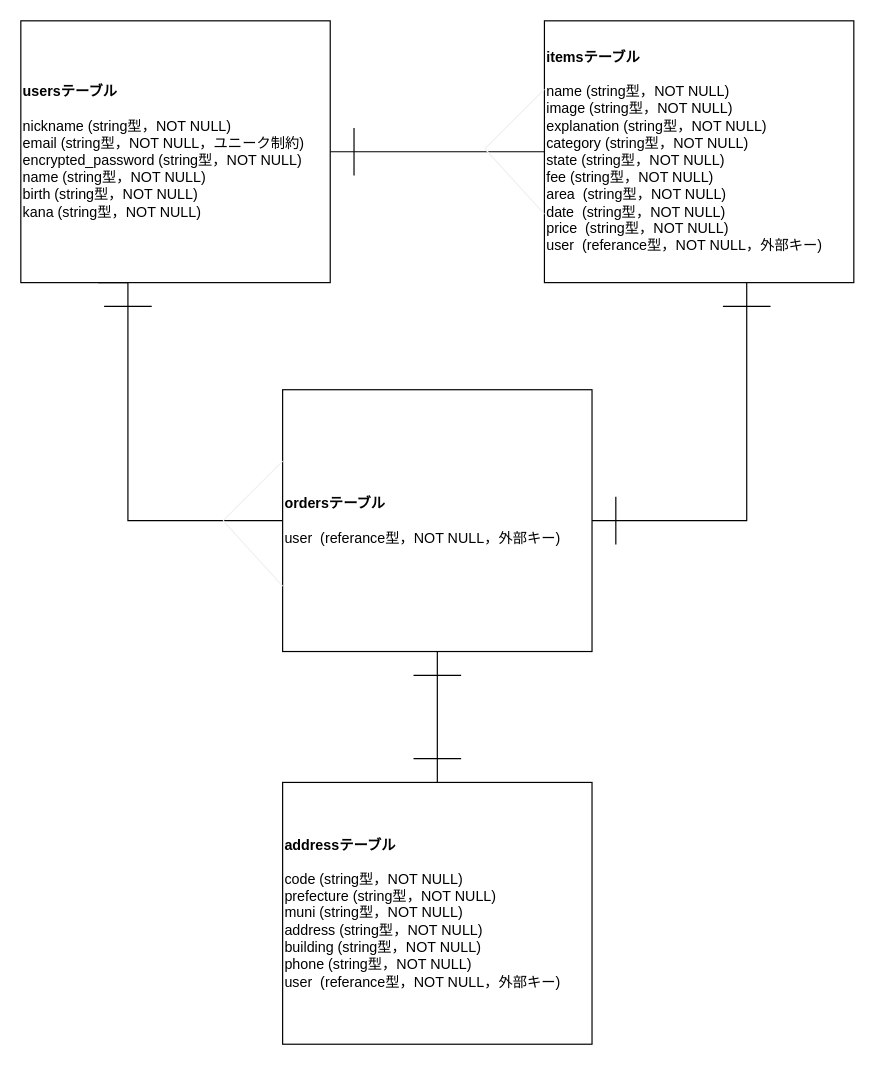
The draw.io diagram test.dio in okawa-u/furima-36766, before the edit. Source tidied: cells renumbered, new cells numbered last; positions are measured from the earlier drawing's top-left corner, leaving out a move shared by most shapes. Both pictures are drawn from the tidied source at 119%, with x=0, y=0 at pixel (20, 20).
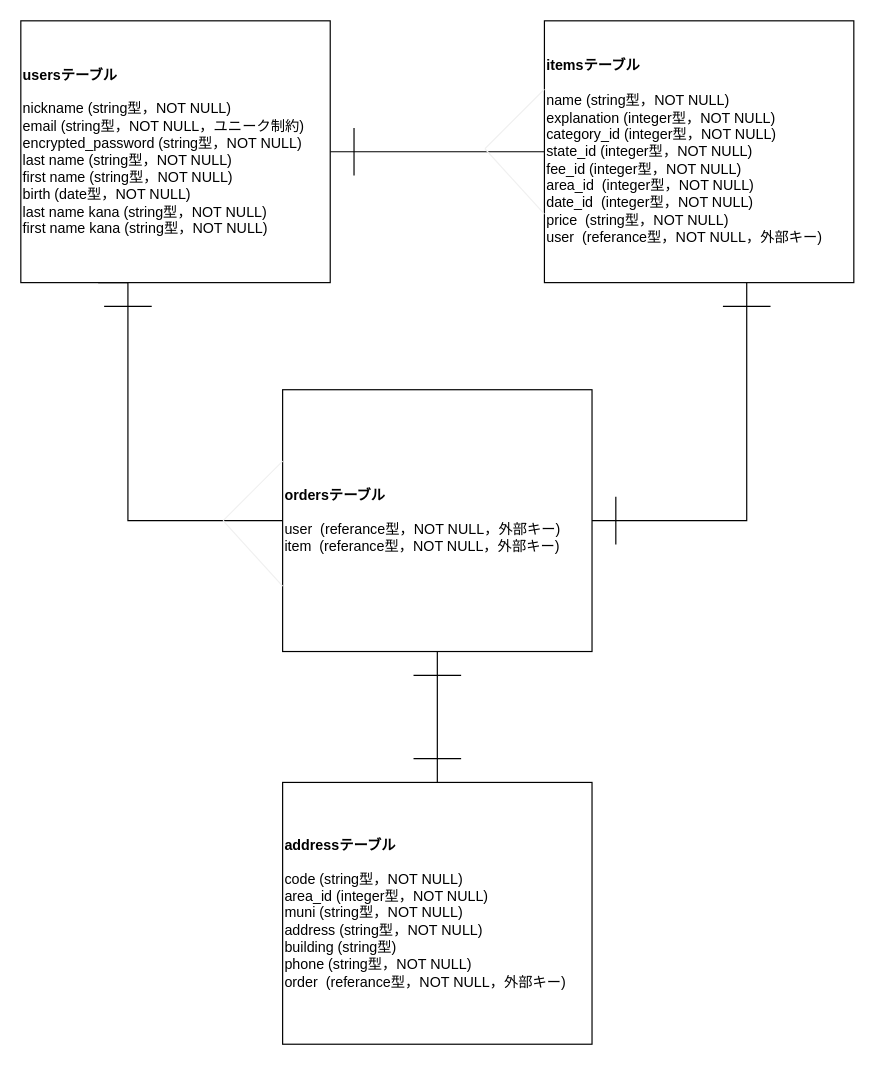
The same diagram, later.

Diff of the diagram source:
```diff
@@
-    <mxCell id="4" value="&lt;b&gt;usersテーブル&lt;br&gt;&lt;/b&gt;&lt;br&gt;nickname (string型，NOT NULL)&lt;br&gt;email (string型，NOT NULL，ユニーク制約)&lt;br&gt;encrypted_password (string型，NOT NULL)&lt;br&gt;name (string型，NOT NULL)&lt;br&gt;birth (string型，NOT NULL)&lt;br&gt;kana (string型，NOT NULL)" style="rounded=0;whiteSpace=wrap;html=1;strokeWidth=1;align=left;" parent="1" vertex="1">
+    <mxCell id="4" value="&lt;b&gt;usersテーブル&lt;br&gt;&lt;/b&gt;&lt;br&gt;nickname (string型，NOT NULL)&lt;br&gt;email (string型，NOT NULL，ユニーク制約)&lt;br&gt;encrypted_password (string型，NOT NULL)&lt;br&gt;last name (string型，NOT NULL)&lt;br&gt;first name (string型，NOT NULL)&lt;br&gt;birth (date型，NOT NULL)&lt;br&gt;last name kana (string型，NOT NULL)&lt;br&gt;first name kana (string型，NOT NULL)" style="rounded=0;whiteSpace=wrap;html=1;strokeWidth=1;align=left;" parent="1" vertex="1">
       <mxGeometry width="260" height="220" as="geometry" />
     </mxCell>
@@
-    <mxCell id="6" value="&lt;b&gt;itemsテーブル&lt;br&gt;&lt;/b&gt;&lt;br&gt;name (string型，NOT NULL)&lt;br&gt;image (string型，NOT NULL)&lt;br&gt;explanation (string型，NOT NULL)&lt;br&gt;category (string型，NOT NULL)&lt;br&gt;state (string型，NOT NULL)&lt;br&gt;fee (string型，NOT NULL)&lt;br&gt;area&amp;nbsp;&amp;nbsp;(string型，NOT NULL)&lt;br&gt;date&amp;nbsp;&amp;nbsp;(string型，NOT NULL)&lt;br&gt;price&amp;nbsp;&amp;nbsp;(string型，NOT NULL)&lt;br&gt;user&amp;nbsp;&amp;nbsp;(referance型，NOT NULL，外部キー)" style="rounded=0;whiteSpace=wrap;html=1;strokeWidth=1;align=left;" parent="1" vertex="1">
+    <mxCell id="6" value="&lt;b&gt;itemsテーブル&lt;br&gt;&lt;/b&gt;&lt;br&gt;name (string型，NOT NULL)&lt;br&gt;explanation (integer型，NOT NULL)&lt;br&gt;category_id (integer型，NOT NULL)&lt;br&gt;state_id (integer型，NOT NULL)&lt;br&gt;fee_id (integer型，NOT NULL)&lt;br&gt;area_id&amp;nbsp; (integer型，NOT NULL)&lt;br&gt;date_id&amp;nbsp; (integer型，NOT NULL)&lt;br&gt;price&amp;nbsp;&amp;nbsp;(string型，NOT NULL)&lt;br&gt;user&amp;nbsp;&amp;nbsp;(referance型，NOT NULL，外部キー)" style="rounded=0;whiteSpace=wrap;html=1;strokeWidth=1;align=left;" parent="1" vertex="1">
       <mxGeometry x="440" width="260" height="220" as="geometry" />
     </mxCell>
@@
-    <mxCell id="8" value="&lt;b&gt;ordersテーブル&lt;br&gt;&lt;/b&gt;&lt;br&gt;user&amp;nbsp;&amp;nbsp;(referance型，NOT NULL，外部キー)" style="rounded=0;whiteSpace=wrap;html=1;strokeWidth=1;align=left;" parent="1" vertex="1">
+    <mxCell id="8" value="&lt;b&gt;ordersテーブル&lt;br&gt;&lt;/b&gt;&lt;br&gt;user&amp;nbsp;&amp;nbsp;(referance型，NOT NULL，外部キー)&lt;br&gt;item&amp;nbsp; (referance型，NOT NULL，外部キー)" style="rounded=0;whiteSpace=wrap;html=1;strokeWidth=1;align=left;" parent="1" vertex="1">
       <mxGeometry x="220" y="310" width="260" height="220" as="geometry" />
     </mxCell>
-    <mxCell id="9" value="&lt;b&gt;addressテーブル&lt;br&gt;&lt;/b&gt;&lt;br&gt;code (string型，NOT NULL)&lt;br&gt;prefecture (string型，NOT NULL)&lt;br&gt;muni (string型，NOT NULL)&lt;br&gt;address (string型，NOT NULL)&lt;br&gt;building (string型，NOT NULL)&lt;br&gt;phone (string型，NOT NULL)&lt;br&gt;user&amp;nbsp;&amp;nbsp;(referance型，NOT NULL，外部キー)" style="rounded=0;whiteSpace=wrap;html=1;strokeWidth=1;align=left;" parent="1" vertex="1">
+    <mxCell id="9" value="&lt;b&gt;addressテーブル&lt;br&gt;&lt;/b&gt;&lt;br&gt;code (string型，NOT NULL)&lt;br&gt;area_id (integer型，NOT NULL)&lt;br&gt;muni (string型，NOT NULL)&lt;br&gt;address (string型，NOT NULL)&lt;br&gt;building (string型)&lt;br&gt;phone (string型，NOT NULL)&lt;br&gt;order&amp;nbsp; (referance型，NOT NULL，外部キー)" style="rounded=0;whiteSpace=wrap;html=1;strokeWidth=1;align=left;" parent="1" vertex="1">
       <mxGeometry x="220" y="640" width="260" height="220" as="geometry" />
     </mxCell>
```
